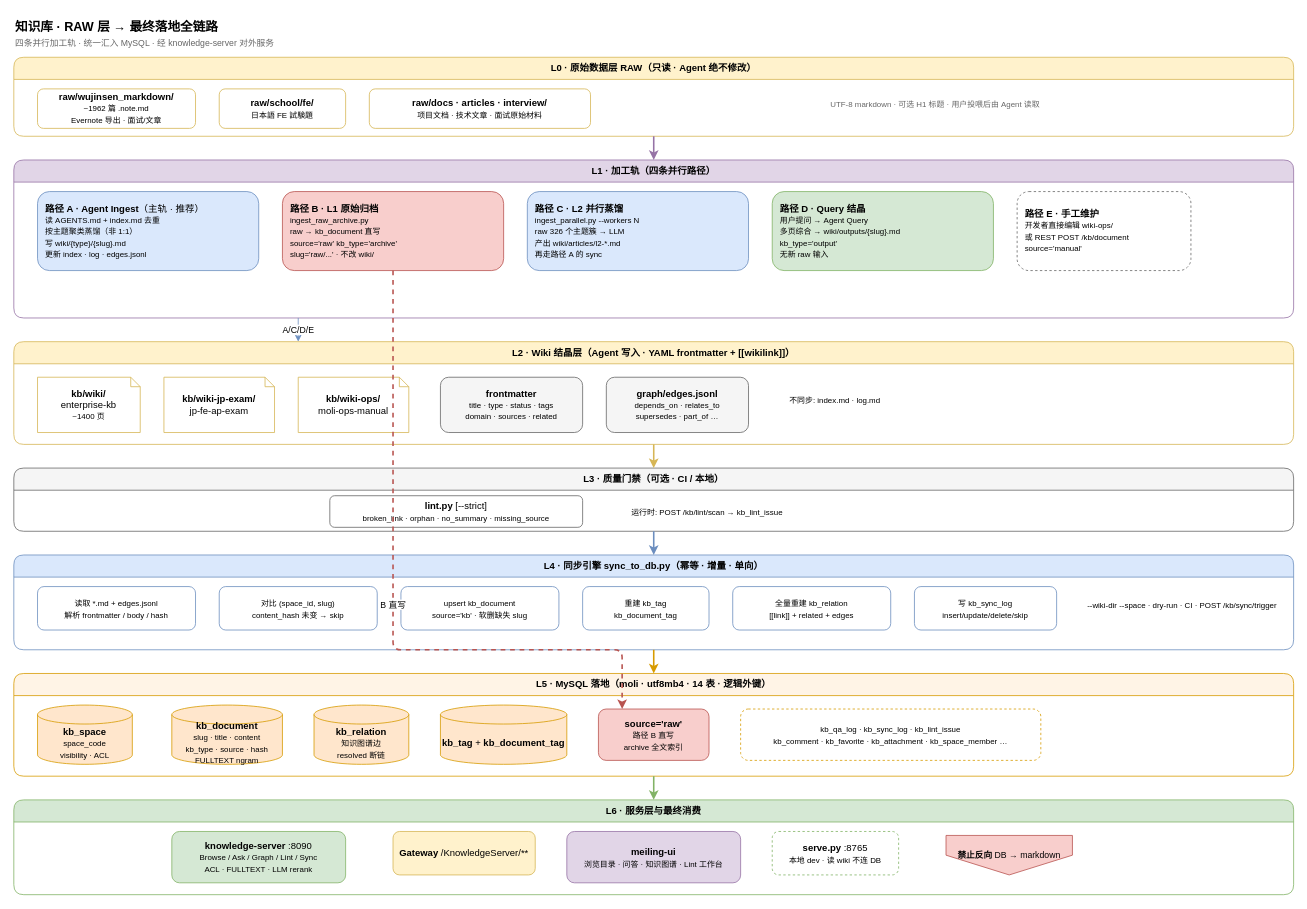
Before: docs/diagrams/moli-kb-raw-pipeline.drawio in wujinsen/moli-project-distribute, a draw.io diagram. Source tidied: cells renumbered, new cells numbered last; positions are measured from the earlier drawing's top-left corner, leaving out a move shared by most shapes. Both pictures are drawn from the tidied source at 79%, with x=0, y=0 at pixel (13, 13).
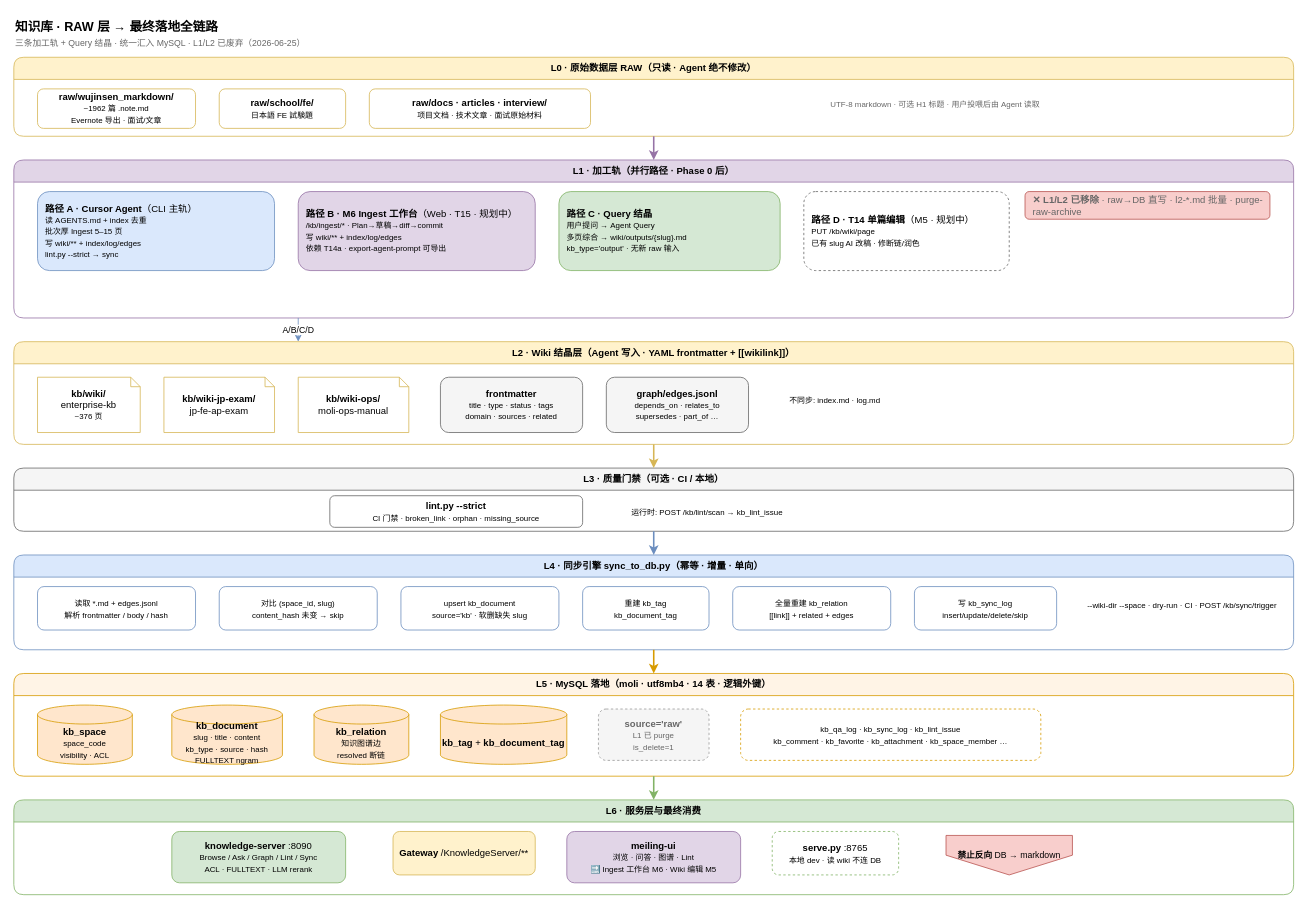
Above is the later version.

Unchanged cells that the change refers to:
```xml
<mxCell id="14" value="L2 · Wiki 结晶层（Agent 写入 · YAML frontmatter + [[wikilink]]）" style="swimlane;whiteSpace=wrap;html=1;fillColor=#fff2cc;strokeColor=#d6b656;startSize=28;fontStyle=1;rounded=1;" parent="1" vertex="1">
  <mxGeometry y="415" width="1620" height="130" as="geometry" />
</mxCell>
<mxCell id="21" value="L3 · 质量门禁（可选 · CI / 本地）" style="swimlane;whiteSpace=wrap;html=1;fillColor=#f5f5f5;strokeColor=#666666;startSize=28;fontStyle=1;rounded=1;" parent="1" vertex="1">
  <mxGeometry y="575" width="1620" height="80" as="geometry" />
</mxCell>
<mxCell id="32" value="L5 · MySQL 落地（moli · utf8mb4 · 14 表 · 逻辑外键）" style="swimlane;whiteSpace=wrap;html=1;fillColor=#fff4e6;strokeColor=#d79b00;startSize=28;fontStyle=1;rounded=1;" parent="1" vertex="1">
  <mxGeometry y="835" width="1620" height="130" as="geometry" />
</mxCell>
<mxCell id="39" value="L6 · 服务层与最终消费" style="swimlane;whiteSpace=wrap;html=1;fillColor=#d5e8d4;strokeColor=#82b366;startSize=28;fontStyle=1;rounded=1;" parent="1" vertex="1">
  <mxGeometry y="995" width="1620" height="120" as="geometry" />
</mxCell>
```

The edit, as a diff of the source:
```diff
@@
-    <mxCell id="2" value="&lt;b&gt;知识库 · RAW 层 → 最终落地全链路&lt;/b&gt;&lt;br&gt;&lt;font style=&quot;font-size:11px;color:#666;&quot;&gt;四条并行加工轨 · 统一汇入 MySQL · 经 knowledge-server 对外服务&lt;/font&gt;" style="text;html=1;strokeColor=none;fillColor=none;align=left;verticalAlign=top;fontSize=16;" parent="1" vertex="1">
+    <mxCell id="2" value="&lt;b&gt;知识库 · RAW 层 → 最终落地全链路&lt;/b&gt;&lt;br&gt;&lt;font style=&quot;font-size:11px;color:#666;&quot;&gt;三条加工轨 + Query 结晶 · 统一汇入 MySQL · L1/L2 已废弃（2026-06-25）&lt;/font&gt;" style="text;html=1;strokeColor=none;fillColor=none;align=left;verticalAlign=top;fontSize=16;" parent="1" vertex="1">
       <mxGeometry width="650" height="45" as="geometry" />
     </mxCell>
@@
-    <mxCell id="8" value="L1 · 加工轨（四条并行路径）" style="swimlane;whiteSpace=wrap;html=1;fillColor=#e1d5e7;strokeColor=#9673a6;startSize=28;fontStyle=1;rounded=1;" parent="1" vertex="1">
+    <mxCell id="8" value="L1 · 加工轨（并行路径 · Phase 0 后）" style="swimlane;whiteSpace=wrap;html=1;fillColor=#e1d5e7;strokeColor=#9673a6;startSize=28;fontStyle=1;rounded=1;" parent="1" vertex="1">
       <mxGeometry y="185" width="1620" height="200" as="geometry" />
     </mxCell>
-    <mxCell id="9" value="&lt;b&gt;路径 A · Agent Ingest&lt;/b&gt;（主轨 · 推荐）&lt;br&gt;&lt;font style=&quot;font-size:10px;&quot;&gt;读 AGENTS.md + index.md 去重&lt;br&gt;按主题聚类蒸馏（非 1:1）&lt;br&gt;写 wiki/{type}/{slug}.md&lt;br&gt;更新 index · log · edges.jsonl&lt;/font&gt;" style="rounded=1;whiteSpace=wrap;html=1;fillColor=#dae8fc;strokeColor=#6c8ebf;align=left;spacingLeft=8;" parent="8" vertex="1">
-      <mxGeometry x="30" y="40" width="280" height="100" as="geometry" />
+    <mxCell id="9" value="&lt;b&gt;路径 A · Cursor Agent&lt;/b&gt;（CLI 主轨）&lt;br&gt;&lt;font style=&quot;font-size:10px;&quot;&gt;读 AGENTS.md + index 去重&lt;br&gt;批次厚 Ingest 5–15 页&lt;br&gt;写 wiki/** + index/log/edges&lt;br&gt;lint.py --strict → sync&lt;/font&gt;" style="rounded=1;whiteSpace=wrap;html=1;fillColor=#dae8fc;strokeColor=#6c8ebf;align=left;spacingLeft=8;" parent="8" vertex="1">
+      <mxGeometry x="30" y="40" width="300" height="100" as="geometry" />
     </mxCell>
-    <mxCell id="10" value="&lt;b&gt;路径 B · L1 原始归档&lt;/b&gt;&lt;br&gt;&lt;font style=&quot;font-size:10px;&quot;&gt;ingest_raw_archive.py&lt;br&gt;raw → kb_document 直写&lt;br&gt;source='raw' kb_type='archive'&lt;br&gt;slug='raw/...' · 不改 wiki/&lt;/font&gt;" style="rounded=1;whiteSpace=wrap;html=1;fillColor=#f8cecc;strokeColor=#b85450;align=left;spacingLeft=8;" parent="8" vertex="1">
-      <mxGeometry x="340" y="40" width="280" height="100" as="geometry" />
+    <mxCell id="10" value="&lt;b&gt;路径 B · M6 Ingest 工作台&lt;/b&gt;（Web · T15 · 规划中）&lt;br&gt;&lt;font style=&quot;font-size:10px;&quot;&gt;/kb/ingest/* · Plan→草稿→diff→commit&lt;br&gt;写 wiki/** + index/log/edges&lt;br&gt;依赖 T14a · export-agent-prompt 可导出&lt;/font&gt;" style="rounded=1;whiteSpace=wrap;html=1;fillColor=#e1d5e7;strokeColor=#9673a6;align=left;spacingLeft=8;" parent="8" vertex="1">
+      <mxGeometry x="360" y="40" width="300" height="100" as="geometry" />
     </mxCell>
-    <mxCell id="11" value="&lt;b&gt;路径 C · L2 并行蒸馏&lt;/b&gt;&lt;br&gt;&lt;font style=&quot;font-size:10px;&quot;&gt;ingest_parallel.py --workers N&lt;br&gt;raw 326 个主题簇 → LLM&lt;br&gt;产出 wiki/articles/l2-*.md&lt;br&gt;再走路径 A 的 sync&lt;/font&gt;" style="rounded=1;whiteSpace=wrap;html=1;fillColor=#dae8fc;strokeColor=#6c8ebf;align=left;spacingLeft=8;" parent="8" vertex="1">
-      <mxGeometry x="650" y="40" width="280" height="100" as="geometry" />
+    <mxCell id="11" value="&lt;b&gt;路径 C · Query 结晶&lt;/b&gt;&lt;br&gt;&lt;font style=&quot;font-size:10px;&quot;&gt;用户提问 → Agent Query&lt;br&gt;多页综合 → wiki/outputs/{slug}.md&lt;br&gt;kb_type='output' · 无新 raw 输入&lt;/font&gt;" style="rounded=1;whiteSpace=wrap;html=1;fillColor=#d5e8d4;strokeColor=#82b366;align=left;spacingLeft=8;" parent="8" vertex="1">
+      <mxGeometry x="690" y="40" width="280" height="100" as="geometry" />
     </mxCell>
-    <mxCell id="12" value="&lt;b&gt;路径 D · Query 结晶&lt;/b&gt;&lt;br&gt;&lt;font style=&quot;font-size:10px;&quot;&gt;用户提问 → Agent Query&lt;br&gt;多页综合 → wiki/outputs/{slug}.md&lt;br&gt;kb_type='output'&lt;br&gt;无新 raw 输入&lt;/font&gt;" style="rounded=1;whiteSpace=wrap;html=1;fillColor=#d5e8d4;strokeColor=#82b366;align=left;spacingLeft=8;" parent="8" vertex="1">
-      <mxGeometry x="960" y="40" width="280" height="100" as="geometry" />
-    </mxCell>
-    <mxCell id="13" value="&lt;b&gt;路径 E · 手工维护&lt;/b&gt;&lt;br&gt;&lt;font style=&quot;font-size:10px;&quot;&gt;开发者直接编辑 wiki-ops/&lt;br&gt;或 REST POST /kb/document&lt;br&gt;source='manual'&lt;/font&gt;" style="rounded=1;whiteSpace=wrap;html=1;fillColor=#ffffff;strokeColor=#666666;dashed=1;align=left;spacingLeft=8;" parent="8" vertex="1">
-      <mxGeometry x="1270" y="40" width="220" height="100" as="geometry" />
+    <mxCell id="13" value="&lt;b&gt;路径 D · T14 单篇编辑&lt;/b&gt;（M5 · 规划中）&lt;br&gt;&lt;font style=&quot;font-size:10px;&quot;&gt;PUT /kb/wiki/page&lt;br&gt;已有 slug AI 改稿 · 修断链/润色&lt;/font&gt;" style="rounded=1;whiteSpace=wrap;html=1;fillColor=#ffffff;strokeColor=#666666;dashed=1;align=left;spacingLeft=8;" parent="8" vertex="1">
+      <mxGeometry x="1000" y="40" width="260" height="100" as="geometry" />
     </mxCell>
+    <mxCell id="52" value="&lt;b&gt;✕ L1/L2 已移除&lt;/b&gt; · raw→DB 直写 · l2-*.md 批量 · purge-raw-archive" style="rounded=1;whiteSpace=wrap;html=1;fillColor=#f8cecc;strokeColor=#b85450;align=left;spacingLeft=8;fontColor=#666666;" parent="8" vertex="1">
+      <mxGeometry x="1280" y="40" width="310" height="35" as="geometry" />
+    </mxCell>
@@
-    <mxCell id="15" value="&lt;b&gt;kb/wiki/&lt;/b&gt;&lt;br&gt;enterprise-kb&lt;br&gt;&lt;font style=&quot;font-size:10px;&quot;&gt;~1400 页&lt;/font&gt;" style="shape=note;whiteSpace=wrap;html=1;backgroundOutline=1;fillColor=#ffffff;strokeColor=#d6b656;size=12;" parent="14" vertex="1">
+    <mxCell id="15" value="&lt;b&gt;kb/wiki/&lt;/b&gt;&lt;br&gt;enterprise-kb&lt;br&gt;&lt;font style=&quot;font-size:10px;&quot;&gt;~376 页&lt;/font&gt;" style="shape=note;whiteSpace=wrap;html=1;backgroundOutline=1;fillColor=#ffffff;strokeColor=#d6b656;size=12;" parent="14" vertex="1">
       <mxGeometry x="30" y="45" width="130" height="70" as="geometry" />
     </mxCell>
@@
-    <mxCell id="22" value="&lt;b&gt;lint.py&lt;/b&gt; [--strict]&lt;br&gt;&lt;font style=&quot;font-size:10px;&quot;&gt;broken_link · orphan · no_summary · missing_source&lt;/font&gt;" style="rounded=1;whiteSpace=wrap;html=1;fillColor=#ffffff;strokeColor=#666666;" parent="21" vertex="1">
+    <mxCell id="22" value="&lt;b&gt;lint.py --strict&lt;/b&gt;&lt;br&gt;&lt;font style=&quot;font-size:10px;&quot;&gt;CI 门禁 · broken_link · orphan · missing_source&lt;/font&gt;" style="rounded=1;whiteSpace=wrap;html=1;fillColor=#ffffff;strokeColor=#666666;" parent="21" vertex="1">
       <mxGeometry x="400" y="35" width="320" height="40" as="geometry" />
     </mxCell>
@@
-    <mxCell id="37" value="&lt;b&gt;source='raw'&lt;/b&gt;&lt;br&gt;&lt;font style=&quot;font-size:10px;&quot;&gt;路径 B 直写&lt;br&gt;archive 全文索引&lt;/font&gt;" style="rounded=1;whiteSpace=wrap;html=1;fillColor=#f8cecc;strokeColor=#b85450;" parent="32" vertex="1">
+    <mxCell id="37" value="&lt;b&gt;source='raw'&lt;/b&gt;&lt;br&gt;&lt;font style=&quot;font-size:10px;&quot;&gt;L1 已 purge&lt;br&gt;is_delete=1&lt;/font&gt;" style="rounded=1;whiteSpace=wrap;html=1;fillColor=#f5f5f5;strokeColor=#999999;dashed=1;fontColor=#666666;" parent="32" vertex="1">
       <mxGeometry x="740" y="45" width="140" height="65" as="geometry" />
     </mxCell>
@@
-    <mxCell id="42" value="&lt;b&gt;meiling-ui&lt;/b&gt;&lt;br&gt;&lt;font style=&quot;font-size:10px;&quot;&gt;浏览目录 · 问答 · 知识图谱 · Lint 工作台&lt;/font&gt;" style="rounded=1;whiteSpace=wrap;html=1;fillColor=#e1d5e7;strokeColor=#9673a6;" parent="39" vertex="1">
+    <mxCell id="42" value="&lt;b&gt;meiling-ui&lt;/b&gt;&lt;br&gt;&lt;font style=&quot;font-size:10px;&quot;&gt;浏览 · 问答 · 图谱 · Lint&lt;br&gt;🔜 Ingest 工作台 M6 · Wiki 编辑 M5&lt;/font&gt;" style="rounded=1;whiteSpace=wrap;html=1;fillColor=#e1d5e7;strokeColor=#9673a6;" parent="39" vertex="1">
       <mxGeometry x="700" y="40" width="220" height="65" as="geometry" />
     </mxCell>
@@
-    <mxCell id="46" value="A/C/D/E" style="edgeStyle=orthogonalEdgeStyle;rounded=1;html=1;strokeColor=#6c8ebf;" parent="1" edge="1" source="8" target="14">
+    <mxCell id="46" value="A/B/C/D" style="edgeStyle=orthogonalEdgeStyle;rounded=1;html=1;strokeColor=#6c8ebf;" parent="1" edge="1" source="8" target="14">
       <mxGeometry relative="1" as="geometry">
         <Array as="points">
           <mxPoint x="360" y="405" />
           <mxPoint x="360" y="405" />
         </Array>
       </mxGeometry>
     </mxCell>
-    <mxCell id="47" value="B 直写" style="edgeStyle=orthogonalEdgeStyle;rounded=1;html=1;strokeColor=#b85450;strokeWidth=2;dashed=1;" parent="1" edge="1" source="10" target="37">
-      <mxGeometry relative="1" as="geometry">
-        <Array as="points">
-          <mxPoint x="480" y="805" />
-          <mxPoint x="770" y="805" />
-        </Array>
-      </mxGeometry>
-    </mxCell>
```
